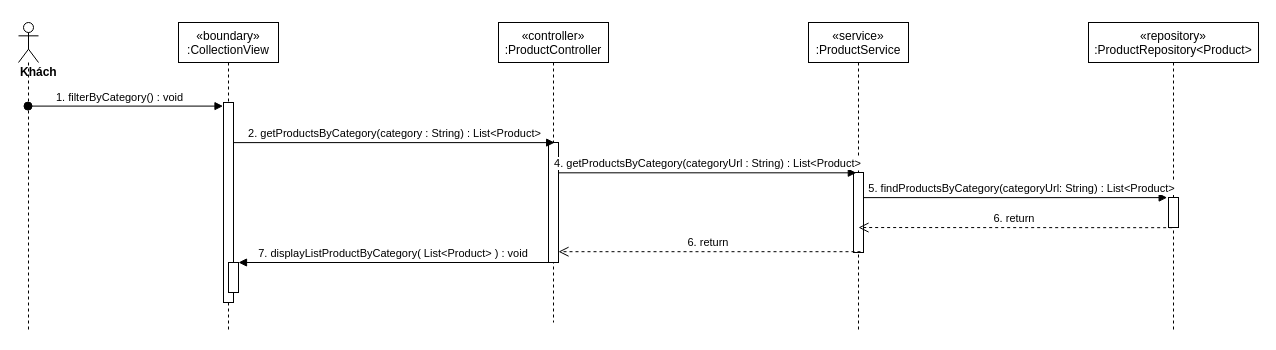
Earlier version of the draw.io diagram sequence diagram/getProductByCategory-seqence.drawio (nguyenphamvan/datn_20202). Source tidied: cells renumbered, new cells numbered last; positions are measured from the earlier drawing's top-left corner, leaving out a move shared by most shapes. Both pictures are drawn from the tidied source at 100%, with x=0, y=0 at pixel (18, 22).
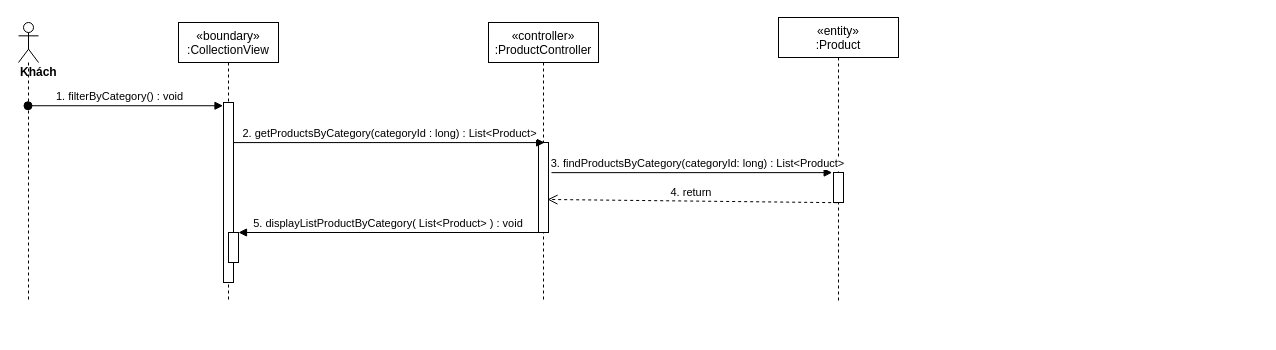
After the change.

Diff of the diagram source:
```diff
@@
 <mxGraphModel>
   <root>
     <mxCell id="0" />
     <mxCell id="1" parent="0" />
     <mxCell id="2" value="«boundary»&#10;:CollectionView" style="shape=umlLifeline;perimeter=lifelinePerimeter;rounded=0;shadow=0;strokeWidth=1;" parent="1" vertex="1">
-      <mxGeometry x="160" width="100" height="310" as="geometry" />
+      <mxGeometry x="160" width="100" height="280" as="geometry" />
     </mxCell>
     <mxCell id="3" style="points=[];perimeter=orthogonalPerimeter;rounded=0;shadow=0;strokeWidth=1;" parent="2" vertex="1">
-      <mxGeometry x="45" y="80" width="10" height="200" as="geometry" />
+      <mxGeometry x="45" y="80" width="10" height="180" as="geometry" />
     </mxCell>
     <mxCell id="4" style="html=1;points=[];perimeter=orthogonalPerimeter;" parent="2" vertex="1">
-      <mxGeometry x="50" y="240" width="10" height="30" as="geometry" />
+      <mxGeometry x="50" y="210" width="10" height="30" as="geometry" />
     </mxCell>
     <mxCell id="5" value="«controller»&#10;:ProductController" style="shape=umlLifeline;perimeter=lifelinePerimeter;rounded=0;shadow=0;strokeWidth=1;" parent="1" vertex="1">
-      <mxGeometry x="480" width="110" height="300" as="geometry" />
+      <mxGeometry x="470" width="110" height="280" as="geometry" />
     </mxCell>
     <mxCell id="6" style="points=[];perimeter=orthogonalPerimeter;rounded=0;shadow=0;strokeWidth=1;" parent="5" vertex="1">
-      <mxGeometry x="50" y="120" width="10" height="120" as="geometry" />
+      <mxGeometry x="50" y="120" width="10" height="90" as="geometry" />
     </mxCell>
     <mxCell id="7" value="&lt;div&gt;&lt;b&gt;Khách&lt;/b&gt;&lt;/div&gt;" style="shape=umlLifeline;participant=umlActor;perimeter=lifelinePerimeter;whiteSpace=wrap;html=1;verticalAlign=top;spacingTop=36;outlineConnect=0;align=left;" parent="1" vertex="1">
-      <mxGeometry width="20" height="310" as="geometry" />
+      <mxGeometry width="20" height="280" as="geometry" />
     </mxCell>
     <mxCell id="8" value="1. filterByCategory() : void" style="verticalAlign=bottom;startArrow=oval;endArrow=block;startSize=8;shadow=0;strokeWidth=1;entryX=-0.05;entryY=0.018;entryDx=0;entryDy=0;entryPerimeter=0;" parent="1" edge="1" source="7" target="3">
       <mxGeometry x="-0.06" relative="1" as="geometry" />
     </mxCell>
-    <mxCell id="9" value="«service»&#10;:ProductService" style="shape=umlLifeline;perimeter=lifelinePerimeter;rounded=0;shadow=0;strokeWidth=1;" parent="1" vertex="1">
-      <mxGeometry x="790" width="100" height="310" as="geometry" />
-    </mxCell>
-    <mxCell id="10" style="points=[];perimeter=orthogonalPerimeter;rounded=0;shadow=0;strokeWidth=1;" parent="9" vertex="1">
-      <mxGeometry x="45" y="150" width="10" height="80" as="geometry" />
-    </mxCell>
-    <mxCell id="11" value="2. getProductsByCategory(category : String) : List&amp;lt;Product&amp;gt;" style="html=1;verticalAlign=bottom;endArrow=block;entryX=0.617;entryY=0.001;entryDx=0;entryDy=0;entryPerimeter=0;" parent="1" edge="1" source="3" target="6">
+    <mxCell id="11" value="2. getProductsByCategory(categoryId : long) : List&amp;lt;Product&amp;gt;" style="html=1;verticalAlign=bottom;endArrow=block;entryX=0.617;entryY=0.001;entryDx=0;entryDy=0;entryPerimeter=0;" parent="1" edge="1" source="3" target="6">
       <mxGeometry relative="1" as="geometry" />
     </mxCell>
-    <mxCell id="12" value="4. getProductsByCategory(categoryUrl : String) : List&amp;lt;Product&amp;gt;" style="html=1;verticalAlign=bottom;endArrow=block;entryX=0.283;entryY=0.004;entryDx=0;entryDy=0;entryPerimeter=0;" parent="1" edge="1" source="6" target="10">
-      <mxGeometry relative="1" as="geometry" />
-    </mxCell>
-    <mxCell id="13" value="«repository»&#10;:ProductRepository&lt;Product&gt;" style="shape=umlLifeline;perimeter=lifelinePerimeter;rounded=0;shadow=0;strokeWidth=1;" parent="1" vertex="1">
-      <mxGeometry x="1070" width="170" height="310" as="geometry" />
+    <mxCell id="13" value="«entity»&#10;:Product" style="shape=umlLifeline;perimeter=lifelinePerimeter;rounded=0;shadow=0;strokeWidth=1;" parent="1" vertex="1">
+      <mxGeometry x="760" y="-5" width="120" height="285" as="geometry" />
     </mxCell>
     <mxCell id="14" style="points=[];perimeter=orthogonalPerimeter;rounded=0;shadow=0;strokeWidth=1;" parent="13" vertex="1">
-      <mxGeometry x="80" y="175" width="10" height="30" as="geometry" />
+      <mxGeometry x="55" y="155" width="10" height="30" as="geometry" />
     </mxCell>
-    <mxCell id="15" value="5. findProductsByCategory(categoryUrl: String) : List&amp;lt;Product&amp;gt;" style="html=1;verticalAlign=bottom;endArrow=block;entryX=-0.133;entryY=0.004;entryDx=0;entryDy=0;entryPerimeter=0;" parent="1" edge="1" source="10" target="14">
+    <mxCell id="15" value="3. findProductsByCategory(categoryId: long) : List&amp;lt;Product&amp;gt;" style="html=1;verticalAlign=bottom;endArrow=block;entryX=-0.133;entryY=0.004;entryDx=0;entryDy=0;entryPerimeter=0;exitX=1.3;exitY=0.335;exitDx=0;exitDy=0;exitPerimeter=0;" parent="1" edge="1" source="6" target="14">
       <mxGeometry x="0.04" relative="1" as="geometry" />
     </mxCell>
-    <mxCell id="16" value="6. return&amp;nbsp;" style="html=1;verticalAlign=bottom;endArrow=open;dashed=1;endSize=8;exitX=0.367;exitY=1.006;exitDx=0;exitDy=0;exitPerimeter=0;entryX=0.5;entryY=0.688;entryDx=0;entryDy=0;entryPerimeter=0;" parent="1" edge="1" source="14" target="10">
+    <mxCell id="16" value="4. return&amp;nbsp;" style="html=1;verticalAlign=bottom;endArrow=open;dashed=1;endSize=8;exitX=0.367;exitY=1.006;exitDx=0;exitDy=0;exitPerimeter=0;entryX=0.9;entryY=0.633;entryDx=0;entryDy=0;entryPerimeter=0;" parent="1" edge="1" source="14" target="6">
       <mxGeometry relative="1" as="geometry" />
     </mxCell>
-    <mxCell id="17" value="6. return&amp;nbsp;" style="html=1;verticalAlign=bottom;endArrow=open;dashed=1;endSize=8;exitX=0.7;exitY=0.99;exitDx=0;exitDy=0;exitPerimeter=0;" parent="1" edge="1" source="10" target="6">
-      <mxGeometry relative="1" as="geometry" />
-    </mxCell>
-    <mxCell id="18" value="7. displayListProductByCategory( List&lt;Product&gt; ) : void" style="verticalAlign=bottom;endArrow=block;shadow=0;strokeWidth=1;" parent="1" edge="1" source="6" target="4">
+    <mxCell id="18" value="5. displayListProductByCategory( List&lt;Product&gt; ) : void" style="verticalAlign=bottom;endArrow=block;shadow=0;strokeWidth=1;" parent="1" edge="1" source="6" target="4">
       <mxGeometry relative="1" as="geometry" />
     </mxCell>
   </root>
 </mxGraphModel>
```
